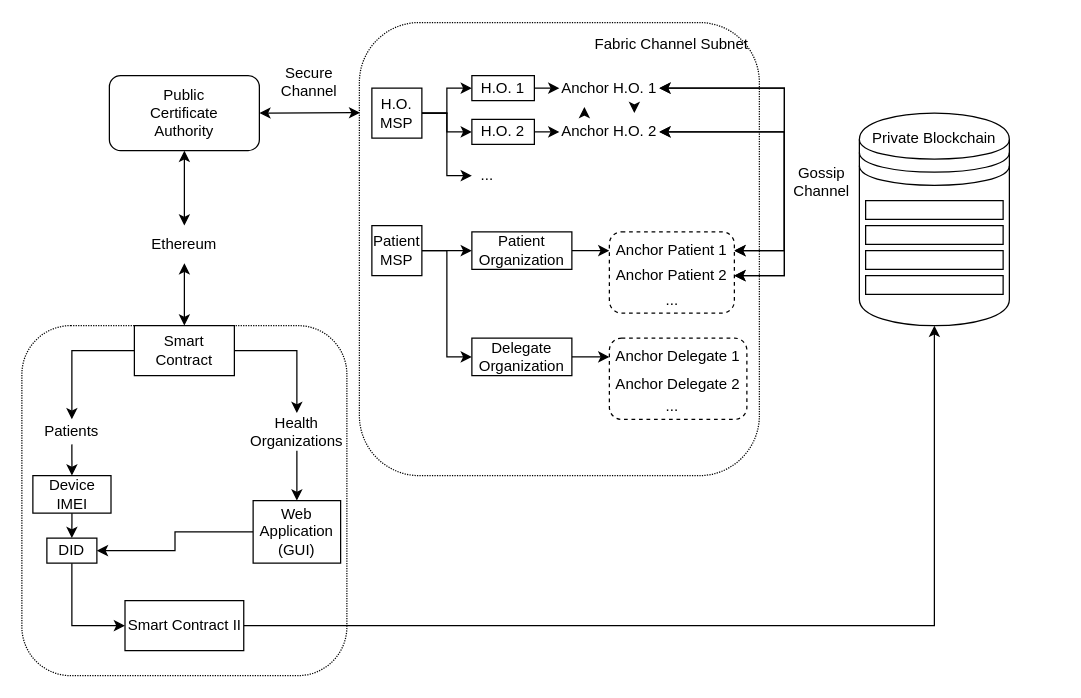
Earlier version of the draw.io diagram healthcare_blockchain.drawio (WilliamStar007/Interoperable-Healthcare-Blockchain-Diagram). Source tidied: cells renumbered, new cells numbered last; positions are measured from the earlier drawing's top-left corner, leaving out a move shared by most shapes. Both pictures are drawn from the tidied source at 125%, with x=0, y=0 at pixel (21, 22).
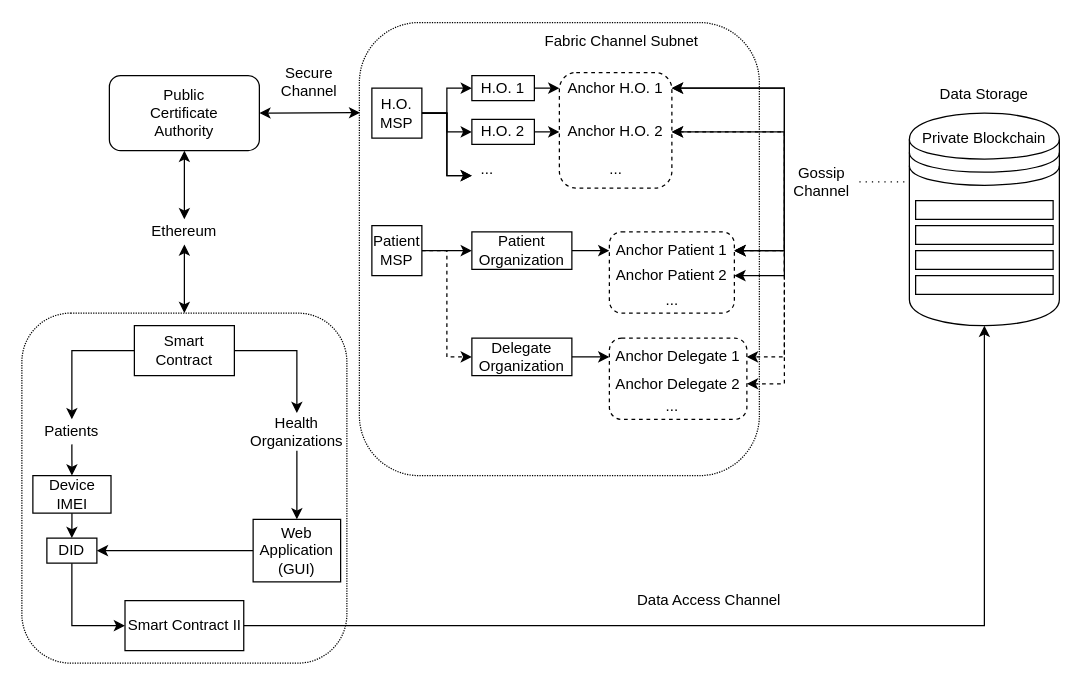
The same diagram, later.

Unchanged cells that the change refers to:
```xml
<mxCell id="2" value="Public&lt;br&gt;Certificate&lt;br&gt;Authority" style="rounded=1;whiteSpace=wrap;html=1;" parent="1" vertex="1">
  <mxGeometry x="70" y="42" width="120" height="60" as="geometry" />
</mxCell>
<mxCell id="30" value="H.O.&lt;br&gt;MSP" style="whiteSpace=wrap;html=1;" parent="1" vertex="1">
  <mxGeometry x="280" y="52" width="40" height="40" as="geometry" />
</mxCell>
<mxCell id="45" value="Patient&lt;br&gt;MSP" style="whiteSpace=wrap;html=1;" parent="1" vertex="1">
  <mxGeometry x="280" y="162" width="40" height="40" as="geometry" />
</mxCell>
<mxCell id="49" value="Anchor Patient 1" style="text;strokeColor=none;align=center;fillColor=none;html=1;verticalAlign=middle;whiteSpace=wrap;rounded=0;" parent="1" vertex="1">
  <mxGeometry x="470" y="167" width="100" height="30" as="geometry" />
</mxCell>
<mxCell id="51" value="Anchor Patient 2" style="text;strokeColor=none;align=center;fillColor=none;html=1;verticalAlign=middle;whiteSpace=wrap;rounded=0;" parent="1" vertex="1">
  <mxGeometry x="470" y="187" width="100" height="30" as="geometry" />
</mxCell>
<mxCell id="53" value="Delegate Organization" style="rounded=0;whiteSpace=wrap;html=1;" parent="1" vertex="1">
  <mxGeometry x="360" y="252" width="80" height="30" as="geometry" />
</mxCell>
<mxCell id="56" value="Anchor Delegate 1" style="text;strokeColor=none;align=center;fillColor=none;html=1;verticalAlign=middle;whiteSpace=wrap;rounded=0;" parent="1" vertex="1">
  <mxGeometry x="470" y="252" width="110" height="30" as="geometry" />
</mxCell>
<mxCell id="57" value="Anchor Delegate 2" style="text;strokeColor=none;align=center;fillColor=none;html=1;verticalAlign=middle;whiteSpace=wrap;rounded=0;" parent="1" vertex="1">
  <mxGeometry x="470" y="273.5" width="110" height="30" as="geometry" />
</mxCell>
<mxCell id="59" value="Gossip Channel" style="text;strokeColor=none;align=center;fillColor=none;html=1;verticalAlign=middle;whiteSpace=wrap;rounded=0;" parent="1" vertex="1">
  <mxGeometry x="610" y="112" width="60" height="30" as="geometry" />
</mxCell>
```

Change to the diagram source:
```diff
@@
+    <mxCell id="66" style="edgeStyle=orthogonalEdgeStyle;rounded=0;jettySize=auto;html=1;exitX=0.5;exitY=1;exitDx=0;exitDy=0;startArrow=classic;startFill=1;" parent="1" edge="1" source="2" target="6">
+      <mxGeometry relative="1" as="geometry" />
+    </mxCell>
@@
-    <mxCell id="5" style="endArrow=classic;startArrow=classic;html=1;rounded=0;entryX=0.5;entryY=1;entryDx=0;entryDy=0;" parent="1" edge="1" target="2">
-      <mxGeometry relative="1" as="geometry">
-        <mxPoint x="130" y="162" as="sourcePoint" />
-      </mxGeometry>
-    </mxCell>
     <mxCell id="6" value="Ethereum" style="text;strokeColor=none;align=center;fillColor=none;html=1;verticalAlign=middle;whiteSpace=wrap;rounded=0;" parent="1" vertex="1">
-      <mxGeometry x="100" y="162" width="60" height="30" as="geometry" />
+      <mxGeometry x="100" y="157" width="60" height="20" as="geometry" />
     </mxCell>
-    <mxCell id="7" style="endArrow=classic;startArrow=classic;html=1;rounded=0;entryX=0.5;entryY=1;entryDx=0;entryDy=0;" parent="1" edge="1" target="6">
-      <mxGeometry relative="1" as="geometry">
-        <mxPoint x="130" y="242" as="sourcePoint" />
-      </mxGeometry>
+    <mxCell id="7" style="endArrow=classic;startArrow=classic;html=1;rounded=0;entryX=0.5;entryY=1;entryDx=0;entryDy=0;exitX=0.5;exitY=0;exitDx=0;exitDy=0;" parent="1" edge="1" source="8" target="6">
+      <mxGeometry relative="1" as="geometry" />
     </mxCell>
     <mxCell id="8" style="rounded=1;whiteSpace=wrap;html=1;dashed=1;dashPattern=1 1;" parent="1" vertex="1">
-      <mxGeometry y="242" width="260" height="280" as="geometry" />
+      <mxGeometry y="232" width="260" height="280" as="geometry" />
     </mxCell>
@@
     <mxCell id="17" value="Web Application&lt;br&gt;(GUI)" style="rounded=0;whiteSpace=wrap;html=1;" parent="1" vertex="1">
-      <mxGeometry x="185" y="382" width="70" height="50" as="geometry" />
+      <mxGeometry x="185" y="397" width="70" height="50" as="geometry" />
     </mxCell>
@@
     <mxCell id="26" value="Fabric Channel Subnet" style="text;strokeColor=none;align=center;fillColor=none;html=1;verticalAlign=middle;whiteSpace=wrap;rounded=0;" parent="1" vertex="1">
-      <mxGeometry x="450" y="2" width="140" height="30" as="geometry" />
+      <mxGeometry x="410" y="-0.5" width="140" height="30" as="geometry" />
     </mxCell>
@@
-    <mxCell id="29" style="edgeStyle=orthogonalEdgeStyle;rounded=0;jettySize=auto;html=1;exitX=1;exitY=0.5;exitDx=0;exitDy=0;entryX=0;entryY=0.5;entryDx=0;entryDy=0;" parent="1" edge="1" source="30" target="54">
-      <mxGeometry relative="1" as="geometry" />
+    <mxCell id="29" style="edgeStyle=orthogonalEdgeStyle;rounded=0;jettySize=auto;html=1;exitX=1;exitY=0.5;exitDx=0;exitDy=0;entryX=0;entryY=0.75;entryDx=0;entryDy=0;" parent="1" edge="1" source="30" target="54">
+      <mxGeometry relative="1" as="geometry">
+        <Array as="points">
+          <mxPoint x="340" y="72" />
+          <mxPoint x="340" y="122" />
+        </Array>
+      </mxGeometry>
     </mxCell>
@@
+    <mxCell id="36" style="edgeStyle=orthogonalEdgeStyle;rounded=0;jettySize=auto;html=1;exitX=1;exitY=0.5;exitDx=0;exitDy=0;entryX=1;entryY=0.5;entryDx=0;entryDy=0;startArrow=classic;startFill=1;" parent="1" edge="1" source="37" target="51">
+      <mxGeometry relative="1" as="geometry">
+        <Array as="points">
+          <mxPoint x="610" y="52" />
+          <mxPoint x="610" y="202" />
+        </Array>
+      </mxGeometry>
+    </mxCell>
@@
-    <mxCell id="36" style="edgeStyle=orthogonalEdgeStyle;rounded=0;jettySize=auto;html=1;exitX=1;exitY=0.5;exitDx=0;exitDy=0;entryX=1;entryY=0.5;entryDx=0;entryDy=0;startArrow=classic;startFill=1;" parent="1" edge="1" source="37" target="51">
-      <mxGeometry relative="1" as="geometry">
-        <Array as="points">
-          <mxPoint x="610" y="52" />
-          <mxPoint x="610" y="202" />
-        </Array>
-      </mxGeometry>
-    </mxCell>
-    <mxCell id="37" value="Anchor H.O. 1" style="text;strokeColor=none;align=center;fillColor=none;html=1;verticalAlign=middle;whiteSpace=wrap;rounded=0;" parent="1" vertex="1">
-      <mxGeometry x="430" y="37" width="80" height="30" as="geometry" />
-    </mxCell>
@@
+    <mxCell id="40" style="edgeStyle=orthogonalEdgeStyle;rounded=0;jettySize=auto;html=1;exitX=1;exitY=0.5;exitDx=0;exitDy=0;entryX=1;entryY=0.5;entryDx=0;entryDy=0;startArrow=classic;startFill=1;dashed=1;" parent="1" edge="1" source="41" target="57">
+      <mxGeometry relative="1" as="geometry">
+        <Array as="points">
+          <mxPoint x="610" y="87" />
+          <mxPoint x="610" y="288" />
+        </Array>
+      </mxGeometry>
+    </mxCell>
@@
-    <mxCell id="40" style="edgeStyle=orthogonalEdgeStyle;rounded=0;jettySize=auto;html=1;exitX=1;exitY=0.5;exitDx=0;exitDy=0;entryX=1;entryY=0.5;entryDx=0;entryDy=0;startArrow=classic;startFill=1;" parent="1" edge="1" source="41" target="51">
-      <mxGeometry relative="1" as="geometry">
-        <Array as="points">
-          <mxPoint x="610" y="87" />
-          <mxPoint x="610" y="202" />
-        </Array>
-      </mxGeometry>
-    </mxCell>
-    <mxCell id="41" value="Anchor H.O. 2" style="text;strokeColor=none;align=center;fillColor=none;html=1;verticalAlign=middle;whiteSpace=wrap;rounded=0;" parent="1" vertex="1">
-      <mxGeometry x="430" y="72" width="80" height="30" as="geometry" />
-    </mxCell>
@@
-    <mxCell id="44" style="edgeStyle=orthogonalEdgeStyle;rounded=0;jettySize=auto;html=1;exitX=1;exitY=0.5;exitDx=0;exitDy=0;entryX=0;entryY=0.5;entryDx=0;entryDy=0;" parent="1" edge="1" source="45" target="53">
+    <mxCell id="44" style="edgeStyle=orthogonalEdgeStyle;rounded=0;jettySize=auto;html=1;exitX=1;exitY=0.5;exitDx=0;exitDy=0;entryX=0;entryY=0.5;entryDx=0;entryDy=0;dashed=1;" parent="1" edge="1" source="45" target="53">
       <mxGeometry relative="1" as="geometry" />
     </mxCell>
@@
+    <mxCell id="67" style="edgeStyle=orthogonalEdgeStyle;rounded=0;jettySize=auto;html=1;exitX=1;exitY=0.5;exitDx=0;exitDy=0;entryX=1;entryY=0.5;entryDx=0;entryDy=0;startArrow=classic;startFill=1;dashed=1;" parent="1" edge="1" source="49" target="56">
+      <mxGeometry relative="1" as="geometry">
+        <Array as="points">
+          <mxPoint x="610" y="182" />
+          <mxPoint x="610" y="267" />
+        </Array>
+      </mxGeometry>
+    </mxCell>
@@
     <mxCell id="54" value="..." style="text;strokeColor=none;align=center;fillColor=none;html=1;verticalAlign=middle;whiteSpace=wrap;rounded=0;" parent="1" vertex="1">
-      <mxGeometry x="360" y="112" width="25" height="20" as="geometry" />
+      <mxGeometry x="360" y="107" width="25" height="20" as="geometry" />
     </mxCell>
@@
+    <mxCell id="68" style="edgeStyle=orthogonalEdgeStyle;rounded=0;jettySize=auto;html=1;exitX=1;exitY=0.5;exitDx=0;exitDy=0;endArrow=none;endFill=0;dashed=1;dashPattern=1 4;entryX=0;entryY=0.324;entryDx=0;entryDy=0;entryPerimeter=0;" parent="1" edge="1" source="59" target="60">
+      <mxGeometry relative="1" as="geometry" />
+    </mxCell>
@@
     <mxCell id="60" style="shape=datastore;whiteSpace=wrap;html=1;" parent="1" vertex="1">
-      <mxGeometry x="670" y="72" width="120" height="170" as="geometry" />
+      <mxGeometry x="710" y="72" width="120" height="170" as="geometry" />
     </mxCell>
     <mxCell id="61" value="Private Blockchain" style="text;strokeColor=none;align=center;fillColor=none;html=1;verticalAlign=middle;whiteSpace=wrap;rounded=0;" parent="1" vertex="1">
-      <mxGeometry x="670" y="77" width="120" height="30" as="geometry" />
+      <mxGeometry x="710" y="77" width="120" height="30" as="geometry" />
     </mxCell>
     <mxCell id="62" style="rounded=0;whiteSpace=wrap;html=1;" parent="1" vertex="1">
-      <mxGeometry x="675" y="142" width="110" height="15" as="geometry" />
+      <mxGeometry x="715" y="142" width="110" height="15" as="geometry" />
     </mxCell>
     <mxCell id="63" style="rounded=0;whiteSpace=wrap;html=1;" parent="1" vertex="1">
-      <mxGeometry x="675" y="162" width="110" height="15" as="geometry" />
+      <mxGeometry x="715" y="162" width="110" height="15" as="geometry" />
     </mxCell>
+    <mxCell id="69" style="rounded=1;whiteSpace=wrap;html=1;dashed=1;" parent="1" vertex="1">
+      <mxGeometry x="430" y="39.5" width="90" height="92.5" as="geometry" />
+    </mxCell>
     <mxCell id="64" style="rounded=0;whiteSpace=wrap;html=1;" parent="1" vertex="1">
-      <mxGeometry x="675" y="182" width="110" height="15" as="geometry" />
+      <mxGeometry x="715" y="182" width="110" height="15" as="geometry" />
     </mxCell>
     <mxCell id="65" style="rounded=0;whiteSpace=wrap;html=1;" parent="1" vertex="1">
-      <mxGeometry x="675" y="202" width="110" height="15" as="geometry" />
+      <mxGeometry x="715" y="202" width="110" height="15" as="geometry" />
     </mxCell>
+    <mxCell id="70" value="Data Storage" style="text;strokeColor=none;align=center;fillColor=none;html=1;verticalAlign=middle;whiteSpace=wrap;rounded=0;" parent="1" vertex="1">
+      <mxGeometry x="730" y="42" width="80" height="30" as="geometry" />
+    </mxCell>
+    <mxCell id="71" value="Data Access Channel" style="text;strokeColor=none;align=center;fillColor=none;html=1;verticalAlign=middle;whiteSpace=wrap;rounded=0;" parent="1" vertex="1">
+      <mxGeometry x="470" y="452" width="160" height="20" as="geometry" />
+    </mxCell>
+    <mxCell id="41" value="Anchor H.O. 2" style="text;strokeColor=none;align=center;fillColor=none;html=1;verticalAlign=middle;whiteSpace=wrap;rounded=0;" parent="1" vertex="1">
+      <mxGeometry x="430" y="72" width="90" height="30" as="geometry" />
+    </mxCell>
+    <mxCell id="37" value="Anchor H.O. 1" style="text;strokeColor=none;align=center;fillColor=none;html=1;verticalAlign=middle;whiteSpace=wrap;rounded=0;" parent="1" vertex="1">
+      <mxGeometry x="430" y="37" width="90" height="30" as="geometry" />
+    </mxCell>
+    <mxCell id="72" value="..." style="text;strokeColor=none;align=center;fillColor=none;html=1;verticalAlign=middle;whiteSpace=wrap;rounded=0;" parent="1" vertex="1">
+      <mxGeometry x="462.5" y="107" width="25" height="20" as="geometry" />
+    </mxCell>
+    <mxCell id="73" style="edgeStyle=orthogonalEdgeStyle;rounded=0;jettySize=auto;html=1;exitX=1;exitY=0.5;exitDx=0;exitDy=0;entryX=0;entryY=0.75;entryDx=0;entryDy=0;" parent="1" edge="1" source="30" target="54">
+      <mxGeometry relative="1" as="geometry">
+        <Array as="points">
+          <mxPoint x="340" y="72" />
+          <mxPoint x="340" y="122" />
+        </Array>
+      </mxGeometry>
+    </mxCell>
```
